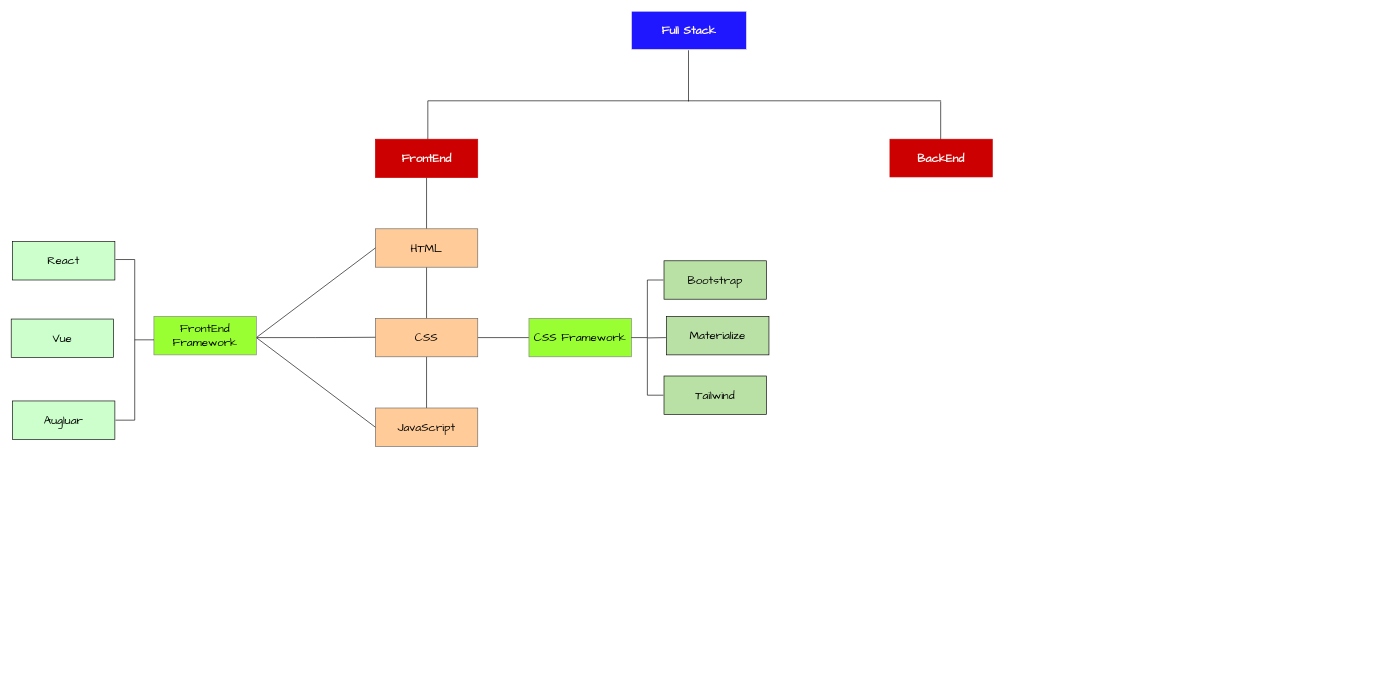
Before: Data Analysis/Python/abc.drawio in lucia88/office, a draw.io diagram. Source tidied: cells renumbered, new cells numbered last; positions are measured from the earlier drawing's top-left corner, leaving out a move shared by most shapes. Both pictures are drawn from the tidied source at 64%, with x=0, y=0 at pixel (11, 11).
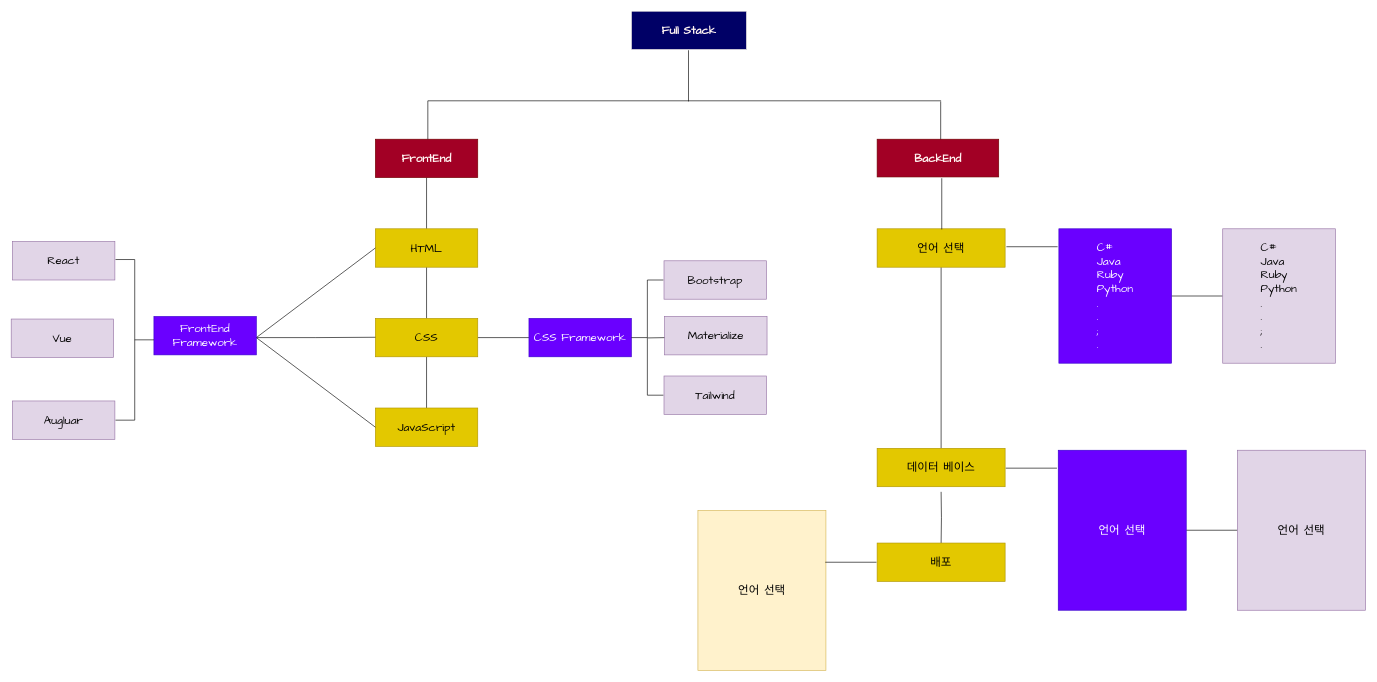
The same diagram, later.

Diff of the diagram source:
```diff
@@
-    <mxCell id="2" value="&lt;font color=&quot;#fff4f2&quot; face=&quot;Comic Sans MS&quot; style=&quot;font-size: 18px;&quot;&gt;&lt;b&gt;Full Stack&lt;/b&gt;&lt;/font&gt;" style="rounded=0;whiteSpace=wrap;html=1;fillColor=#1F17FF;strokeColor=#FFFBED;" parent="1" vertex="1">
+    <mxCell id="2" value="&lt;font color=&quot;#fff4f2&quot; face=&quot;Comic Sans MS&quot; style=&quot;font-size: 18px;&quot;&gt;&lt;b&gt;Full Stack&lt;/b&gt;&lt;/font&gt;" style="rounded=0;whiteSpace=wrap;html=1;fillColor=#000066;strokeColor=#FFFBED;" parent="1" vertex="1">
       <mxGeometry x="969" width="180" height="60" as="geometry" />
     </mxCell>
@@
-    <mxCell id="5" value="&lt;b&gt;&lt;font color=&quot;#fff4f2&quot;&gt;FrontEnd&lt;/font&gt;&lt;/b&gt;" style="rounded=0;whiteSpace=wrap;html=1;fontFamily=Comic Sans MS;fontSize=18;strokeColor=#CC0000;fillColor=#CC0000;" parent="1" vertex="1">
+    <mxCell id="5" value="&lt;b&gt;&lt;font color=&quot;#fff4f2&quot;&gt;FrontEnd&lt;/font&gt;&lt;/b&gt;" style="rounded=0;whiteSpace=wrap;html=1;fontFamily=Comic Sans MS;fontSize=18;strokeColor=#6F0000;fillColor=#a20025;fontColor=#ffffff;" parent="1" vertex="1">
       <mxGeometry x="569" y="200" width="160" height="60" as="geometry" />
     </mxCell>
@@
-    <mxCell id="9" value="&lt;b&gt;&lt;font color=&quot;#fff4f2&quot;&gt;BackEnd&lt;/font&gt;&lt;/b&gt;" style="rounded=0;whiteSpace=wrap;html=1;fontFamily=Comic Sans MS;fontSize=18;fillColor=#CC0000;strokeColor=#CC0000;" parent="1" vertex="1">
-      <mxGeometry x="1373" y="200" width="160" height="59" as="geometry" />
+    <mxCell id="9" value="&lt;b&gt;&lt;font color=&quot;#fff4f2&quot;&gt;BackEnd&lt;/font&gt;&lt;/b&gt;" style="rounded=0;whiteSpace=wrap;html=1;fontFamily=Comic Sans MS;fontSize=18;fillColor=#a20025;strokeColor=#6F0000;fontColor=#ffffff;" parent="1" vertex="1">
+      <mxGeometry x="1353" y="200" width="190" height="59" as="geometry" />
     </mxCell>
@@
-    <mxCell id="11" value="HTML" style="rounded=0;whiteSpace=wrap;html=1;fontFamily=Comic Sans MS;fontSize=18;fillColor=#FFCC99;strokeColor=#666666;" parent="1" vertex="1">
+    <mxCell id="11" value="HTML" style="rounded=0;whiteSpace=wrap;html=1;fontFamily=Comic Sans MS;fontSize=18;fillColor=#e3c800;strokeColor=#B09500;fontColor=#000000;" parent="1" vertex="1">
       <mxGeometry x="569" y="340" width="160" height="60" as="geometry" />
     </mxCell>
@@
-    <mxCell id="14" value="CSS" style="rounded=0;whiteSpace=wrap;html=1;fontFamily=Comic Sans MS;fontSize=18;fillColor=#FFCC99;strokeColor=#666666;" parent="1" vertex="1">
+    <mxCell id="14" value="CSS" style="rounded=0;whiteSpace=wrap;html=1;fontFamily=Comic Sans MS;fontSize=18;fillColor=#e3c800;strokeColor=#B09500;fontColor=#000000;" parent="1" vertex="1">
       <mxGeometry x="569" y="480" width="160" height="60" as="geometry" />
     </mxCell>
-    <mxCell id="15" value="JavaScript" style="rounded=0;whiteSpace=wrap;html=1;fontFamily=Comic Sans MS;fontSize=18;fillColor=#FFCC99;strokeColor=#666666;" parent="1" vertex="1">
+    <mxCell id="15" value="JavaScript" style="rounded=0;whiteSpace=wrap;html=1;fontFamily=Comic Sans MS;fontSize=18;fillColor=#e3c800;strokeColor=#B09500;fontColor=#000000;" parent="1" vertex="1">
       <mxGeometry x="569" y="620" width="160" height="60" as="geometry" />
     </mxCell>
-    <mxCell id="16" value="CSS Framework" style="rounded=0;whiteSpace=wrap;html=1;fontFamily=Comic Sans MS;fontSize=18;strokeColor=#808080;fillColor=#99FF33;" parent="1" vertex="1">
+    <mxCell id="16" value="&lt;font color=&quot;#ffffff&quot;&gt;CSS Framework&lt;/font&gt;" style="rounded=0;whiteSpace=wrap;html=1;fontFamily=Comic Sans MS;fontSize=18;strokeColor=#3700CC;fillColor=#6a00ff;fontColor=#ffffff;" parent="1" vertex="1">
       <mxGeometry x="809" y="480" width="160" height="60" as="geometry" />
     </mxCell>
-    <mxCell id="17" value="Bootstrap" style="rounded=0;whiteSpace=wrap;html=1;fontFamily=Comic Sans MS;fontSize=18;fillColor=#B9E0A5;" parent="1" vertex="1">
+    <mxCell id="17" value="Bootstrap" style="rounded=0;whiteSpace=wrap;html=1;fontFamily=Comic Sans MS;fontSize=18;fillColor=#e1d5e7;strokeColor=#9673a6;" parent="1" vertex="1">
       <mxGeometry x="1020" y="390" width="160" height="60" as="geometry" />
     </mxCell>
-    <mxCell id="18" value="Tailwind" style="rounded=0;whiteSpace=wrap;html=1;fontFamily=Comic Sans MS;fontSize=18;fillColor=#B9E0A5;" parent="1" vertex="1">
+    <mxCell id="18" value="Tailwind" style="rounded=0;whiteSpace=wrap;html=1;fontFamily=Comic Sans MS;fontSize=18;fillColor=#e1d5e7;strokeColor=#9673a6;" parent="1" vertex="1">
       <mxGeometry x="1020" y="570" width="160" height="60" as="geometry" />
     </mxCell>
@@
-    <mxCell id="22" value="Materialize" style="rounded=0;whiteSpace=wrap;html=1;fontFamily=Comic Sans MS;fontSize=18;fillColor=#B9E0A5;" parent="1" vertex="1">
-      <mxGeometry x="1024" y="477" width="160" height="60" as="geometry" />
+    <mxCell id="22" value="Materialize" style="rounded=0;whiteSpace=wrap;html=1;fontFamily=Comic Sans MS;fontSize=18;fillColor=#e1d5e7;strokeColor=#9673a6;" parent="1" vertex="1">
+      <mxGeometry x="1021" y="477" width="160" height="60" as="geometry" />
     </mxCell>
@@
-    <mxCell id="26" value="FrontEnd&lt;br&gt;Framework" style="rounded=0;whiteSpace=wrap;html=1;fontFamily=Comic Sans MS;fontSize=18;fillColor=#99FF33;strokeColor=#808080;" parent="1" vertex="1">
+    <mxCell id="26" value="&lt;font color=&quot;#ffffff&quot;&gt;FrontEnd&lt;br&gt;Framework&lt;/font&gt;" style="rounded=0;whiteSpace=wrap;html=1;fontFamily=Comic Sans MS;fontSize=18;fillColor=#6a00ff;strokeColor=#3700CC;fontColor=#ffffff;" parent="1" vertex="1">
       <mxGeometry x="223" y="477" width="160" height="60" as="geometry" />
     </mxCell>
-    <mxCell id="27" value="React" style="rounded=0;whiteSpace=wrap;html=1;fontFamily=Comic Sans MS;fontSize=18;fillColor=#CCFFCC;" parent="1" vertex="1">
+    <mxCell id="27" value="React" style="rounded=0;whiteSpace=wrap;html=1;fontFamily=Comic Sans MS;fontSize=18;fillColor=#e1d5e7;strokeColor=#9673a6;" parent="1" vertex="1">
       <mxGeometry x="2" y="360" width="160" height="60" as="geometry" />
     </mxCell>
-    <mxCell id="28" value="Vue" style="rounded=0;whiteSpace=wrap;html=1;fontFamily=Comic Sans MS;fontSize=18;fillColor=#CCFFCC;" parent="1" vertex="1">
+    <mxCell id="28" value="Vue" style="rounded=0;whiteSpace=wrap;html=1;fontFamily=Comic Sans MS;fontSize=18;fillColor=#e1d5e7;strokeColor=#9673a6;" parent="1" vertex="1">
       <mxGeometry y="481" width="160" height="60" as="geometry" />
     </mxCell>
-    <mxCell id="29" value="Augluar" style="rounded=0;whiteSpace=wrap;html=1;fontFamily=Comic Sans MS;fontSize=18;fillColor=#CCFFCC;" parent="1" vertex="1">
+    <mxCell id="29" value="Augluar" style="rounded=0;whiteSpace=wrap;html=1;fontFamily=Comic Sans MS;fontSize=18;fillColor=#e1d5e7;strokeColor=#9673a6;" parent="1" vertex="1">
       <mxGeometry x="2" y="609" width="160" height="60" as="geometry" />
     </mxCell>
@@
+    <mxCell id="31" style="edgeStyle=orthogonalEdgeStyle;rounded=0;jettySize=auto;html=1;fontColor=#FFFFFF;endArrow=none;endFill=0;" parent="1" edge="1" source="32" target="34">
+      <mxGeometry relative="1" as="geometry" />
+    </mxCell>
+    <mxCell id="32" value="언어 선택" style="whiteSpace=wrap;html=1;fontSize=18;fontFamily=Comic Sans MS;fillColor=#e3c800;strokeColor=#B09500;rounded=0;fontColor=#000000;" parent="1" vertex="1">
+      <mxGeometry x="1353" y="340" width="200" height="60" as="geometry" />
+    </mxCell>
+    <mxCell id="33" style="edgeStyle=orthogonalEdgeStyle;rounded=0;jettySize=auto;html=1;fontColor=#FFFFFF;endArrow=none;endFill=0;" parent="1" edge="1" target="36">
+      <mxGeometry relative="1" as="geometry">
+        <mxPoint x="1453" y="751" as="sourcePoint" />
+      </mxGeometry>
+    </mxCell>
+    <mxCell id="34" value="데이터 베이스" style="whiteSpace=wrap;html=1;fontSize=18;fontFamily=Comic Sans MS;rounded=0;fillColor=#e3c800;strokeColor=#B09500;fontColor=#000000;" parent="1" vertex="1">
+      <mxGeometry x="1353" y="683" width="200" height="60" as="geometry" />
+    </mxCell>
+    <mxCell id="35" style="edgeStyle=orthogonalEdgeStyle;rounded=0;orthogonalLoop=1;jettySize=auto;html=1;fontColor=#FFFFFF;endArrow=none;endFill=0;" parent="1" edge="1">
+      <mxGeometry relative="1" as="geometry">
+        <mxPoint x="1454" y="261" as="sourcePoint" />
+        <mxPoint x="1454" y="341" as="targetPoint" />
+      </mxGeometry>
+    </mxCell>
+    <mxCell id="36" value="배포" style="whiteSpace=wrap;html=1;fontSize=18;fontFamily=Comic Sans MS;rounded=0;fillColor=#e3c800;strokeColor=#B09500;fontColor=#000000;" parent="1" vertex="1">
+      <mxGeometry x="1353" y="831" width="200" height="60" as="geometry" />
+    </mxCell>
+    <mxCell id="37" style="edgeStyle=orthogonalEdgeStyle;rounded=0;jettySize=auto;html=1;fontFamily=Comic Sans MS;fontColor=#FFFFFF;endArrow=none;endFill=0;" parent="1" edge="1" source="38" target="46">
+      <mxGeometry relative="1" as="geometry" />
+    </mxCell>
+    <mxCell id="38" value="&lt;div style=&quot;text-align: left;&quot;&gt;&lt;span style=&quot;background-color: initial;&quot;&gt;C#&lt;/span&gt;&lt;/div&gt;&lt;div style=&quot;text-align: left;&quot;&gt;&lt;span style=&quot;background-color: initial;&quot;&gt;Java&lt;/span&gt;&lt;/div&gt;&lt;div style=&quot;text-align: left;&quot;&gt;&lt;span style=&quot;background-color: initial;&quot;&gt;Ruby&lt;/span&gt;&lt;/div&gt;&lt;div style=&quot;text-align: left;&quot;&gt;&lt;span style=&quot;background-color: initial;&quot;&gt;Python&lt;/span&gt;&lt;/div&gt;&lt;div style=&quot;text-align: left;&quot;&gt;&lt;span style=&quot;background-color: initial;&quot;&gt;.&lt;/span&gt;&lt;/div&gt;&lt;div style=&quot;text-align: left;&quot;&gt;&lt;span style=&quot;background-color: initial;&quot;&gt;.&lt;/span&gt;&lt;/div&gt;&lt;div style=&quot;text-align: left;&quot;&gt;&lt;span style=&quot;background-color: initial;&quot;&gt;;&lt;/span&gt;&lt;/div&gt;&lt;div style=&quot;text-align: left;&quot;&gt;&lt;span style=&quot;background-color: initial;&quot;&gt;.&lt;/span&gt;&lt;/div&gt;" style="whiteSpace=wrap;html=1;fontSize=18;fontFamily=Comic Sans MS;fillColor=#6a00ff;strokeColor=#3700CC;rounded=0;fontColor=#ffffff;" parent="1" vertex="1">
+      <mxGeometry x="1637" y="340" width="176" height="210" as="geometry" />
+    </mxCell>
+    <mxCell id="39" style="edgeStyle=orthogonalEdgeStyle;rounded=0;orthogonalLoop=1;jettySize=auto;html=1;fontColor=#FFFFFF;endArrow=none;endFill=0;" parent="1" edge="1">
+      <mxGeometry relative="1" as="geometry">
+        <mxPoint x="1555" y="368" as="sourcePoint" />
+        <mxPoint x="1635" y="368" as="targetPoint" />
+      </mxGeometry>
+    </mxCell>
+    <mxCell id="40" style="edgeStyle=orthogonalEdgeStyle;rounded=0;jettySize=auto;html=1;fontColor=#FFFFFF;endArrow=none;endFill=0;" parent="1" edge="1" source="41" target="42">
+      <mxGeometry relative="1" as="geometry" />
+    </mxCell>
+    <mxCell id="41" value="언어 선택" style="whiteSpace=wrap;html=1;fontSize=18;fontFamily=Comic Sans MS;fillColor=#6a00ff;strokeColor=#3700CC;rounded=0;fontColor=#ffffff;" parent="1" vertex="1">
+      <mxGeometry x="1636" y="686" width="200" height="250" as="geometry" />
+    </mxCell>
+    <mxCell id="42" value="언어 선택" style="whiteSpace=wrap;html=1;fontSize=18;fontFamily=Comic Sans MS;fillColor=#e1d5e7;strokeColor=#9673a6;rounded=0;" parent="1" vertex="1">
+      <mxGeometry x="1916" y="686" width="200" height="250" as="geometry" />
+    </mxCell>
+    <mxCell id="43" style="edgeStyle=orthogonalEdgeStyle;rounded=0;orthogonalLoop=1;jettySize=auto;html=1;fontColor=#FFFFFF;endArrow=none;endFill=0;" parent="1" edge="1">
+      <mxGeometry relative="1" as="geometry">
+        <mxPoint x="1554" y="714" as="sourcePoint" />
+        <mxPoint x="1634" y="714" as="targetPoint" />
+      </mxGeometry>
+    </mxCell>
+    <mxCell id="44" value="언어 선택" style="whiteSpace=wrap;html=1;fontSize=18;fontFamily=Comic Sans MS;fillColor=#fff2cc;strokeColor=#d6b656;rounded=0;" parent="1" vertex="1">
+      <mxGeometry x="1073" y="780" width="200" height="250" as="geometry" />
+    </mxCell>
+    <mxCell id="45" style="edgeStyle=orthogonalEdgeStyle;rounded=0;orthogonalLoop=1;jettySize=auto;html=1;fontColor=#FFFFFF;endArrow=none;endFill=0;" parent="1" edge="1">
+      <mxGeometry relative="1" as="geometry">
+        <mxPoint x="1272" y="861" as="sourcePoint" />
+        <mxPoint x="1352" y="861" as="targetPoint" />
+      </mxGeometry>
+    </mxCell>
+    <mxCell id="46" value="&lt;div style=&quot;text-align: left;&quot;&gt;&lt;span style=&quot;background-color: initial;&quot;&gt;C#&lt;/span&gt;&lt;/div&gt;&lt;div style=&quot;text-align: left;&quot;&gt;&lt;span style=&quot;background-color: initial;&quot;&gt;Java&lt;/span&gt;&lt;/div&gt;&lt;div style=&quot;text-align: left;&quot;&gt;&lt;span style=&quot;background-color: initial;&quot;&gt;Ruby&lt;/span&gt;&lt;/div&gt;&lt;div style=&quot;text-align: left;&quot;&gt;&lt;span style=&quot;background-color: initial;&quot;&gt;Python&lt;/span&gt;&lt;/div&gt;&lt;div style=&quot;text-align: left;&quot;&gt;&lt;span style=&quot;background-color: initial;&quot;&gt;.&lt;/span&gt;&lt;/div&gt;&lt;div style=&quot;text-align: left;&quot;&gt;&lt;span style=&quot;background-color: initial;&quot;&gt;.&lt;/span&gt;&lt;/div&gt;&lt;div style=&quot;text-align: left;&quot;&gt;&lt;span style=&quot;background-color: initial;&quot;&gt;;&lt;/span&gt;&lt;/div&gt;&lt;div style=&quot;text-align: left;&quot;&gt;&lt;span style=&quot;background-color: initial;&quot;&gt;.&lt;/span&gt;&lt;/div&gt;" style="whiteSpace=wrap;html=1;fontSize=18;fontFamily=Comic Sans MS;fillColor=#e1d5e7;strokeColor=#9673a6;rounded=0;" parent="1" vertex="1">
+      <mxGeometry x="1893" y="340" width="176" height="210" as="geometry" />
+    </mxCell>
```
